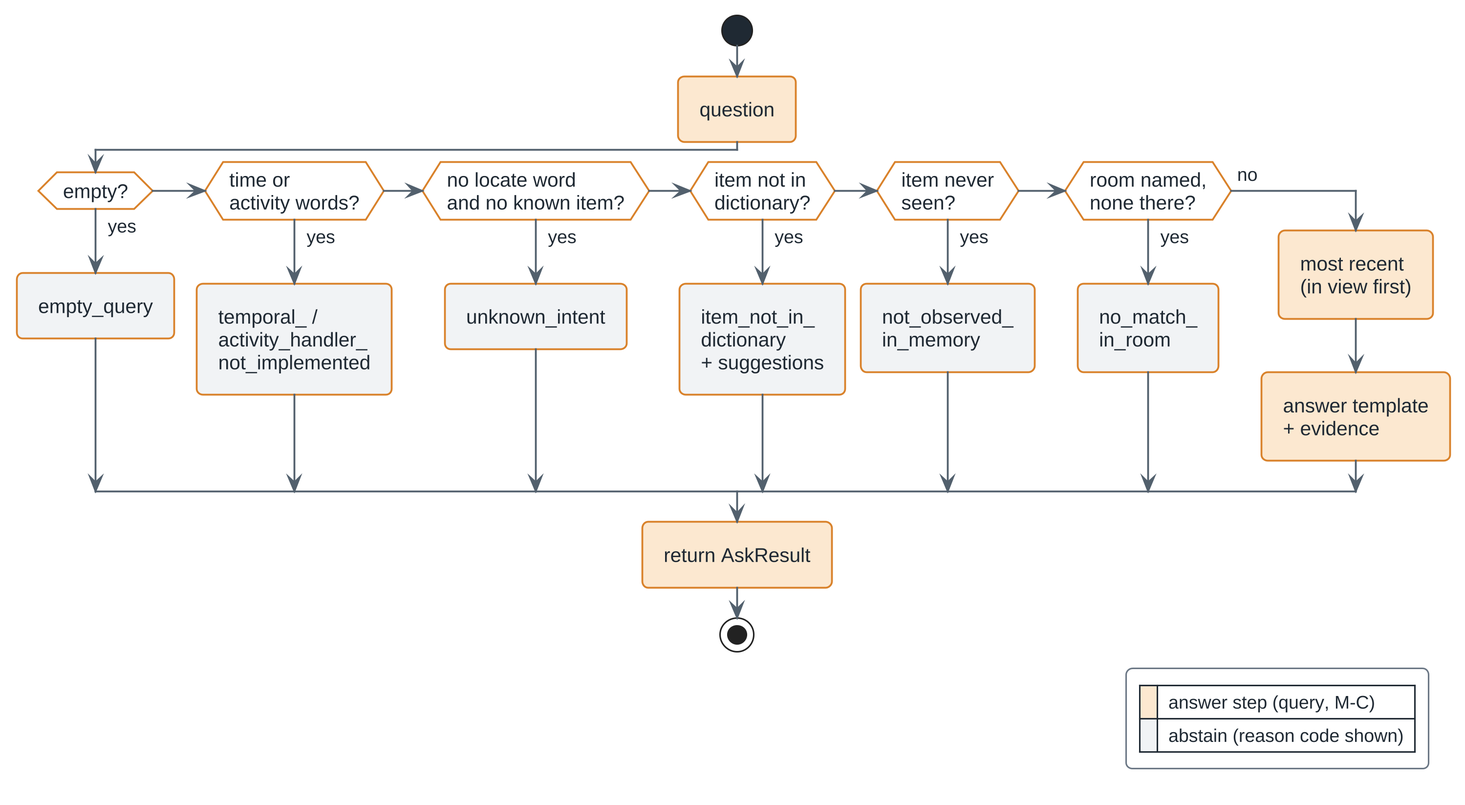
fez-Ox/aegis keeps this PlantUML diagram as fyp1FinalReport/ThesisFigs/ch5-activity-nlq.png. Above is the earlier version.
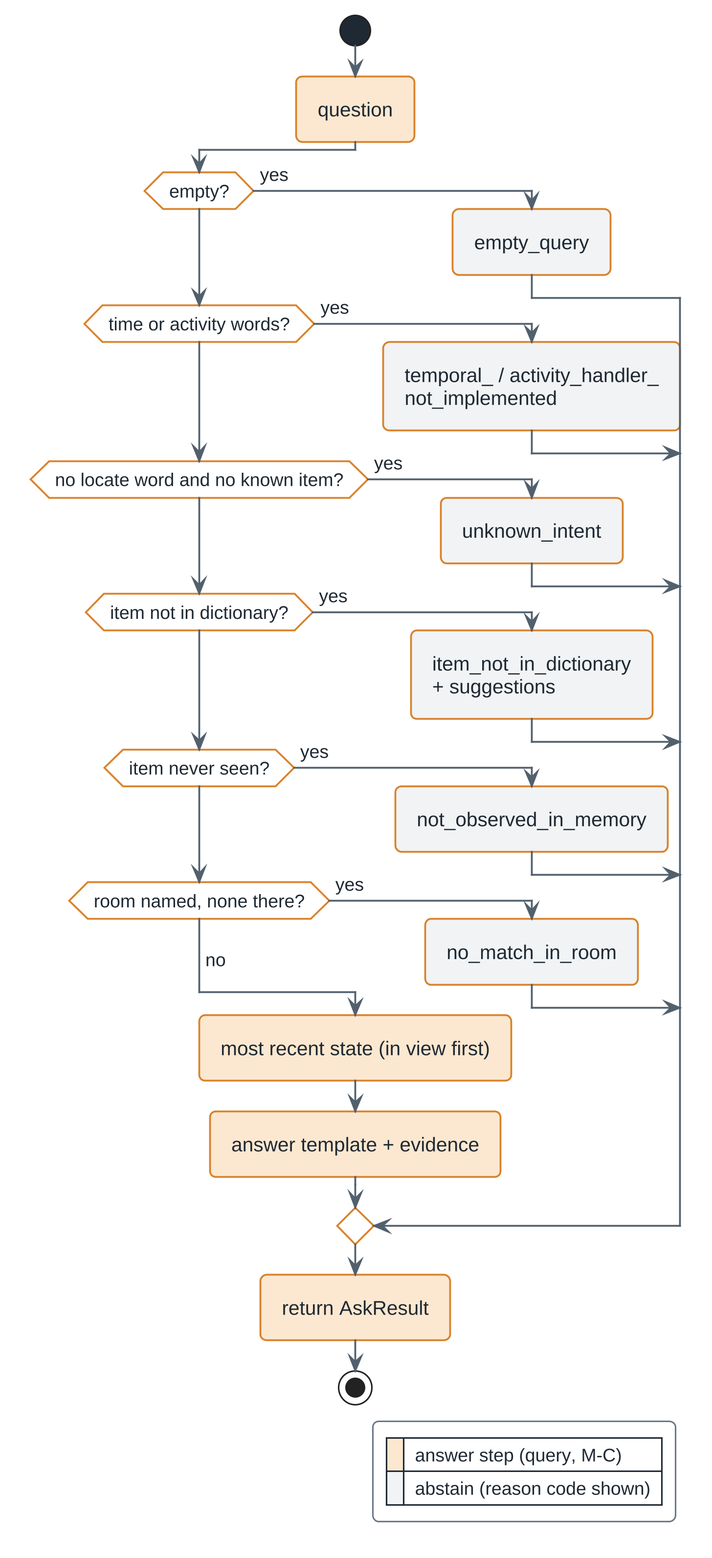
After the change.

What changed in the source:
```diff
@@ -9,23 +9,24 @@
 skinparam ActivityStartColor $INK
 skinparam ActivityEndColor $INK
 
+!pragma useVerticalIf on
 start
 :question;
 if (empty?) then (yes)
   #F1F3F5:empty_query;
-elseif (time or\nactivity words?) then (yes)
-  #F1F3F5:temporal_ /\nactivity_handler_\nnot_implemented;
-elseif (no locate word\nand no known item?) then (yes)
+elseif (time or activity words?) then (yes)
+  #F1F3F5:temporal_ / activity_handler_\nnot_implemented;
+elseif (no locate word and no known item?) then (yes)
   #F1F3F5:unknown_intent;
-elseif (item not in\ndictionary?) then (yes)
-  #F1F3F5:item_not_in_\ndictionary\n+ suggestions;
-elseif (item never\nseen?) then (yes)
-  #F1F3F5:not_observed_\nin_memory;
-elseif (room named,\nnone there?) then (yes)
-  #F1F3F5:no_match_\nin_room;
+elseif (item not in dictionary?) then (yes)
+  #F1F3F5:item_not_in_dictionary\n+ suggestions;
+elseif (item never seen?) then (yes)
+  #F1F3F5:not_observed_in_memory;
+elseif (room named, none there?) then (yes)
+  #F1F3F5:no_match_in_room;
 else (no)
-  :most recent\n(in view first);
-  :answer template\n+ evidence;
+  :most recent state (in view first);
+  :answer template + evidence;
 endif
 :return AskResult;
 stop
```
